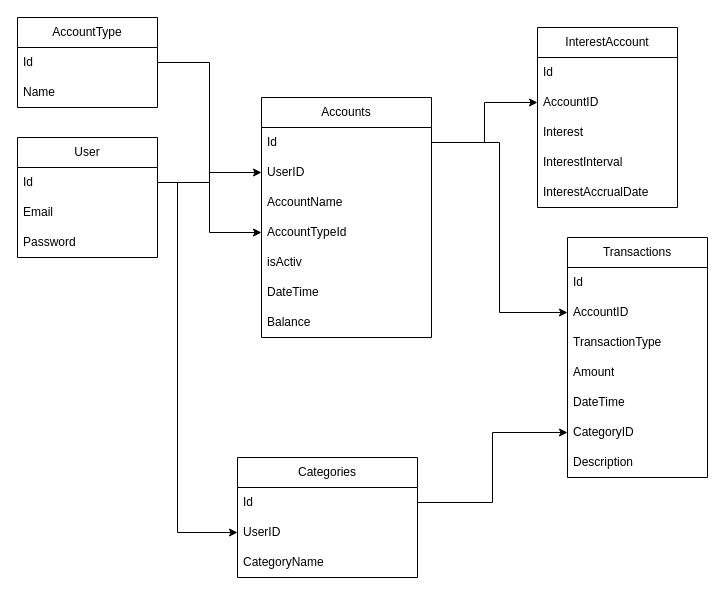
Above: FinancialAccountingDB.drawio in Volkov-Serhii/FinancialAccounting (draw.io), before the change. Source tidied: cells renumbered, new cells numbered last; positions are measured from the earlier drawing's top-left corner, leaving out a move shared by most shapes. Both pictures are drawn from the tidied source at 100%, with x=0, y=0 at pixel (17, 17).
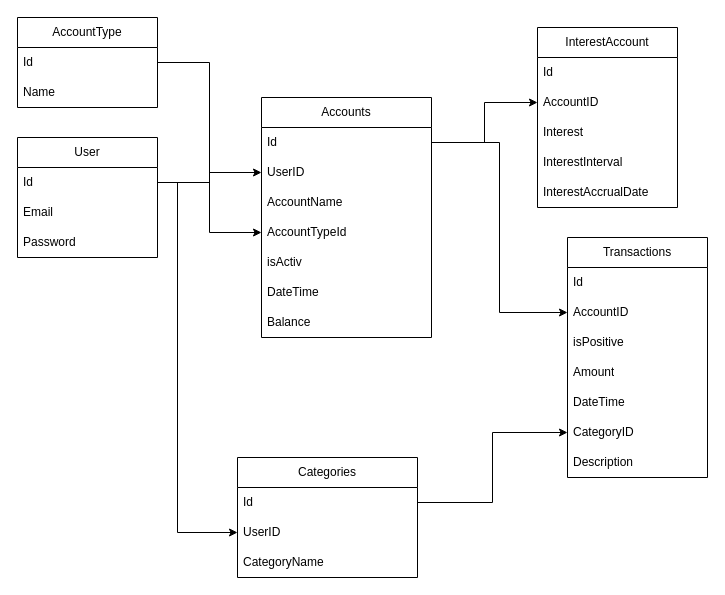
After the change.

Unchanged cells that the change refers to:
```xml
<mxCell id="15" value="Transactions" style="swimlane;fontStyle=0;horizontal=1;startSize=30;whiteSpace=wrap;html=1;" parent="1" vertex="1">
  <mxGeometry x="550" y="220" width="140" height="240" as="geometry" />
</mxCell>
```

The edit, as a diff of the source:
```diff
@@
-    <mxCell id="18" value="TransactionType" style="text;strokeColor=none;fillColor=none;align=left;verticalAlign=middle;spacingLeft=4;spacingRight=4;overflow=hidden;whiteSpace=wrap;html=1;" parent="15" vertex="1">
+    <mxCell id="18" value="isPositive" style="text;strokeColor=none;fillColor=none;align=left;verticalAlign=middle;spacingLeft=4;spacingRight=4;overflow=hidden;whiteSpace=wrap;html=1;" parent="15" vertex="1">
       <mxGeometry y="90" width="140" height="30" as="geometry" />
     </mxCell>
```
